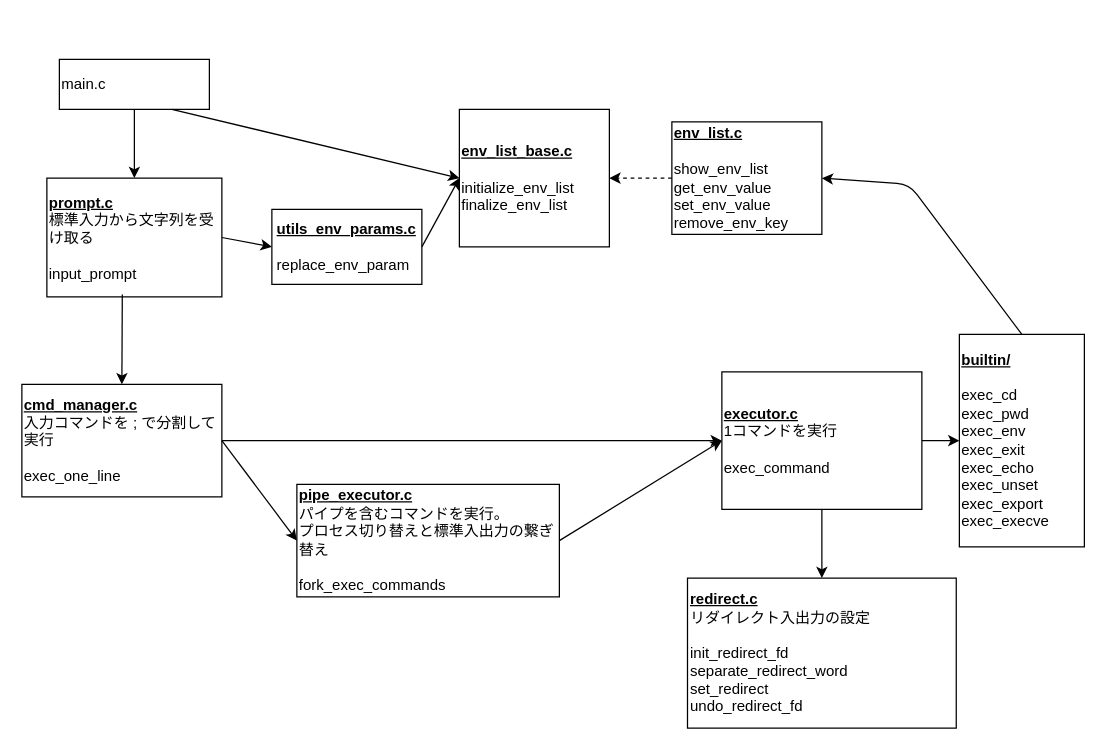
Before: page "クラス図" (4 of 5) of design/diagram.drawio in Toshiki-Nakamura/minishell, a draw.io diagram. Source tidied: cells renumbered, new cells numbered last; positions are measured from the earlier drawing's top-left corner, leaving out a move shared by most shapes. Both pictures are drawn from the tidied source at 125%, with x=0, y=0 at pixel (21, 59).
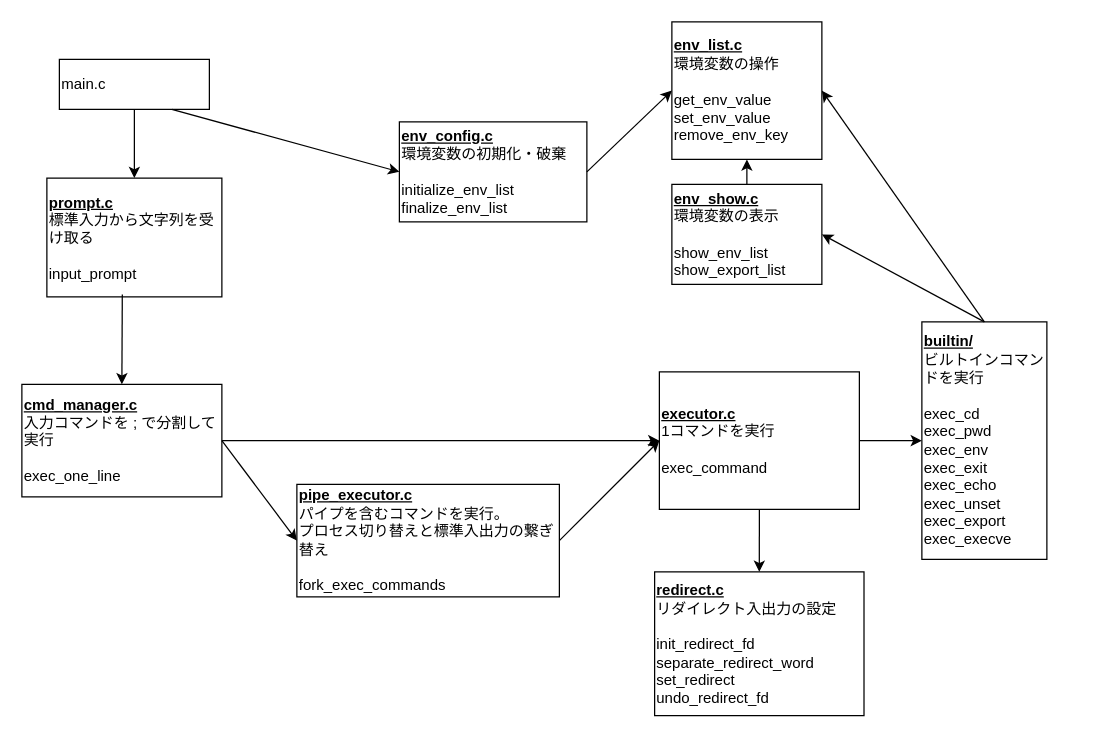
The same page after the edit.

Unchanged cells that the change refers to:
```xml
<mxCell id="2" value="&lt;b&gt;&lt;u&gt;prompt.c&lt;/u&gt;&lt;/b&gt;&lt;br&gt;標準入力から文字列を受け取る&lt;br&gt;&lt;br&gt;input_prompt" style="rounded=0;whiteSpace=wrap;html=1;align=left;" parent="1" vertex="1">
  <mxGeometry x="20" y="95" width="140" height="95" as="geometry" />
</mxCell>
```

What changed in the source:
```diff
@@
-    <mxCell id="3" value="&lt;b&gt;&lt;u&gt;env_list_base.c&lt;/u&gt;&lt;/b&gt;&lt;br&gt;&lt;br&gt;initialize_env_list&lt;br&gt;finalize_env_list" style="rounded=0;whiteSpace=wrap;html=1;align=left;" parent="1" vertex="1">
-      <mxGeometry x="350" y="40" width="120" height="110" as="geometry" />
+    <mxCell id="3" value="&lt;b&gt;&lt;u&gt;env_config.c&lt;br&gt;&lt;/u&gt;&lt;/b&gt;環境変数の初期化・破棄&lt;br&gt;&lt;br&gt;initialize_env_list&lt;br&gt;finalize_env_list" style="rounded=0;whiteSpace=wrap;html=1;align=left;" parent="1" vertex="1">
+      <mxGeometry x="302" y="50" width="150" height="80" as="geometry" />
     </mxCell>
@@
-    <mxCell id="6" style="endArrow=classic;html=1;exitX=1;exitY=0.5;exitDx=0;exitDy=0;entryX=0;entryY=0.5;entryDx=0;entryDy=0;" parent="1" edge="1" source="2" target="22">
-      <mxGeometry relative="1" as="geometry" />
-    </mxCell>
@@
     <mxCell id="8" value="&lt;b&gt;&lt;u&gt;executor.c&lt;br&gt;&lt;/u&gt;&lt;/b&gt;1コマンドを実行&lt;br&gt;&lt;br&gt;exec_command" style="rounded=0;whiteSpace=wrap;html=1;align=left;" parent="1" vertex="1">
-      <mxGeometry x="560" y="250" width="160" height="110" as="geometry" />
+      <mxGeometry x="510" y="250" width="160" height="110" as="geometry" />
     </mxCell>
@@
-    <mxCell id="10" value="&lt;b&gt;&lt;u&gt;builtin/&lt;/u&gt;&lt;/b&gt;&lt;br&gt;&lt;br&gt;exec_cd&lt;br&gt;exec_pwd&lt;br&gt;exec_env&lt;br&gt;exec_exit&lt;br&gt;exec_echo&lt;br&gt;exec_unset&lt;br&gt;exec_export&lt;br&gt;exec_execve" style="rounded=0;whiteSpace=wrap;html=1;align=left;" parent="1" vertex="1">
-      <mxGeometry x="750" y="220" width="100" height="170" as="geometry" />
+    <mxCell id="10" value="&lt;b&gt;&lt;u&gt;builtin/&lt;br&gt;&lt;/u&gt;&lt;/b&gt;ビルトインコマンドを実行&lt;br&gt;&lt;br&gt;exec_cd&lt;br&gt;exec_pwd&lt;br&gt;exec_env&lt;br&gt;exec_exit&lt;br&gt;exec_echo&lt;br&gt;exec_unset&lt;br&gt;exec_export&lt;br&gt;exec_execve" style="rounded=0;whiteSpace=wrap;html=1;align=left;" parent="1" vertex="1">
+      <mxGeometry x="720" y="210" width="100" height="190" as="geometry" />
     </mxCell>
@@
     <mxCell id="12" value="&lt;b&gt;&lt;u&gt;redirect.c&lt;/u&gt;&lt;/b&gt;&lt;br&gt;リダイレクト入出力の設定&lt;br&gt;&lt;br&gt;init_redirect_fd&lt;br&gt;separate_redirect_word&lt;br&gt;set_redirect&lt;br&gt;undo_redirect_fd" style="rounded=0;whiteSpace=wrap;html=1;align=left;" parent="1" vertex="1">
-      <mxGeometry x="532.5" y="415" width="215" height="120" as="geometry" />
+      <mxGeometry x="506.2" y="410" width="167.5" height="115" as="geometry" />
     </mxCell>
@@
     <mxCell id="14" style="endArrow=classic;html=1;entryX=1;entryY=0.5;entryDx=0;entryDy=0;exitX=0.5;exitY=0;exitDx=0;exitDy=0;" parent="1" edge="1" source="10" target="16">
-      <mxGeometry relative="1" as="geometry">
-        <Array as="points">
-          <mxPoint x="710" y="100" />
-        </Array>
-      </mxGeometry>
+      <mxGeometry relative="1" as="geometry" />
     </mxCell>
-    <mxCell id="15" style="edgeStyle=orthogonalEdgeStyle;rounded=0;jettySize=auto;html=1;dashed=1;" parent="1" edge="1" source="16" target="3">
-      <mxGeometry relative="1" as="geometry" />
-    </mxCell>
-    <mxCell id="16" value="&lt;b&gt;&lt;u&gt;env_list.c&lt;/u&gt;&lt;/b&gt;&lt;br&gt;&lt;br&gt;show_env_list&lt;br&gt;get_env_value&lt;br&gt;set_env_value&lt;br&gt;remove_env_key" style="whiteSpace=wrap;html=1;align=left;" parent="1" vertex="1">
-      <mxGeometry x="520" y="50" width="120" height="90" as="geometry" />
+    <mxCell id="16" value="&lt;b&gt;&lt;u&gt;env_list.c&lt;/u&gt;&lt;/b&gt;&lt;br&gt;環境変数の操作&lt;br&gt;&lt;br&gt;get_env_value&lt;br&gt;set_env_value&lt;br&gt;remove_env_key" style="whiteSpace=wrap;html=1;align=left;" parent="1" vertex="1">
+      <mxGeometry x="520" y="-30" width="120" height="110" as="geometry" />
     </mxCell>
@@
-    <mxCell id="22" value="&lt;u&gt;&lt;b&gt;utils_env_params.c&lt;/b&gt;&lt;/u&gt;&lt;br&gt;&lt;br&gt;&lt;div style=&quot;text-align: left&quot;&gt;replace_env_param&lt;/div&gt;" style="whiteSpace=wrap;html=1;" parent="1" vertex="1">
-      <mxGeometry x="200" y="120" width="120" height="60" as="geometry" />
-    </mxCell>
-    <mxCell id="23" style="endArrow=classic;html=1;entryX=0;entryY=0.5;entryDx=0;entryDy=0;exitX=1;exitY=0.5;exitDx=0;exitDy=0;" parent="1" edge="1" source="22" target="3">
+    <mxCell id="23" style="endArrow=classic;html=1;exitX=1;exitY=0.5;exitDx=0;exitDy=0;entryX=0;entryY=0.5;entryDx=0;entryDy=0;" parent="1" edge="1" source="3" target="16">
       <mxGeometry relative="1" as="geometry" />
     </mxCell>
+    <mxCell id="24" style="endArrow=classic;html=1;entryX=0.5;entryY=1;entryDx=0;entryDy=0;exitX=0.5;exitY=0;exitDx=0;exitDy=0;" parent="1" edge="1" source="25" target="16">
+      <mxGeometry relative="1" as="geometry" />
+    </mxCell>
+    <mxCell id="25" value="&lt;b&gt;&lt;u&gt;env_show.c&lt;/u&gt;&lt;/b&gt;&lt;br&gt;環境変数の表示&lt;br&gt;&lt;br&gt;show_env_list&lt;br&gt;show_export_list" style="rounded=0;whiteSpace=wrap;html=1;align=left;" parent="1" vertex="1">
+      <mxGeometry x="520" y="100" width="120" height="80" as="geometry" />
+    </mxCell>
+    <mxCell id="26" style="endArrow=classic;html=1;entryX=1;entryY=0.5;entryDx=0;entryDy=0;exitX=0.5;exitY=0;exitDx=0;exitDy=0;" parent="1" edge="1" source="10" target="25">
+      <mxGeometry relative="1" as="geometry" />
+    </mxCell>
```
